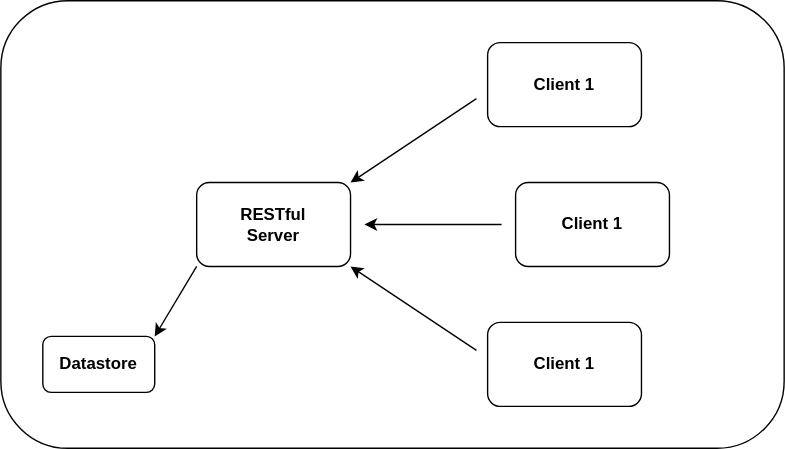
Earlier version of the draw.io export assets/RESTful_libreForms_Architecture.drawio.svg (libreForms/spec). Source tidied: cells renumbered, new cells last; positions are measured from the earlier drawing's top-left corner, leaving out a move shared by most shapes.
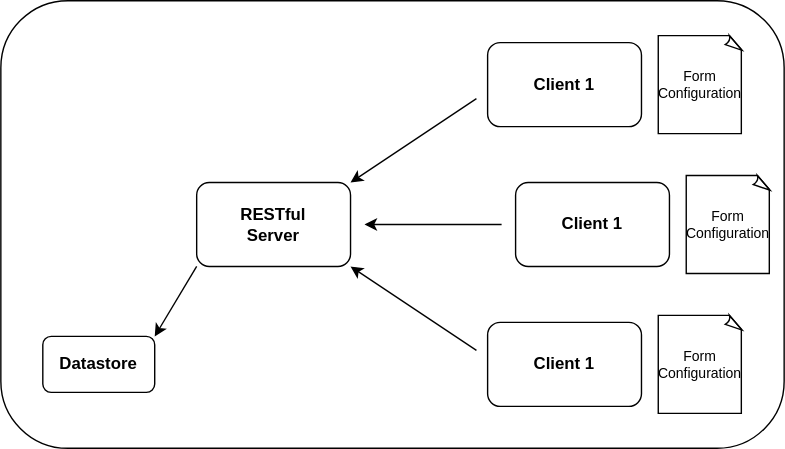
The same diagram one commit later.

Commit message:
Update RESTful diagram to include form configurations

What changed in the source:
```diff
@@ -42,5 +42,14 @@
         <mxPoint x="260" y="160" as="targetPoint" />
       </mxGeometry>
     </mxCell>
+    <mxCell id="12" value="&lt;div style=&quot;font-size: 10px;&quot;&gt;&lt;font style=&quot;font-size: 10px;&quot;&gt;Form&lt;/font&gt;&lt;/div&gt;&lt;div style=&quot;font-size: 10px;&quot;&gt;&lt;font style=&quot;font-size: 10px;&quot;&gt;Configuration&lt;/font&gt;&lt;br&gt;&lt;/div&gt;" style="whiteSpace=wrap;html=1;shape=mxgraph.basic.document;fontSize=11;fillColor=none;" parent="1" vertex="1">
+      <mxGeometry x="470" y="25" width="60" height="70" as="geometry" />
+    </mxCell>
+    <mxCell id="13" value="&lt;div style=&quot;font-size: 10px;&quot;&gt;&lt;font style=&quot;font-size: 10px;&quot;&gt;Form&lt;/font&gt;&lt;/div&gt;&lt;div style=&quot;font-size: 10px;&quot;&gt;&lt;font style=&quot;font-size: 10px;&quot;&gt;Configuration&lt;/font&gt;&lt;br&gt;&lt;/div&gt;" style="whiteSpace=wrap;html=1;shape=mxgraph.basic.document;fontSize=11;fillColor=none;" parent="1" vertex="1">
+      <mxGeometry x="490" y="125" width="60" height="70" as="geometry" />
+    </mxCell>
+    <mxCell id="14" value="&lt;div style=&quot;font-size: 10px;&quot;&gt;&lt;font style=&quot;font-size: 10px;&quot;&gt;Form&lt;/font&gt;&lt;/div&gt;&lt;div style=&quot;font-size: 10px;&quot;&gt;&lt;font style=&quot;font-size: 10px;&quot;&gt;Configuration&lt;/font&gt;&lt;br&gt;&lt;/div&gt;" style="whiteSpace=wrap;html=1;shape=mxgraph.basic.document;fontSize=11;fillColor=none;" parent="1" vertex="1">
+      <mxGeometry x="470" y="225" width="60" height="70" as="geometry" />
+    </mxCell>
   </root>
 </mxGraphModel>
```
